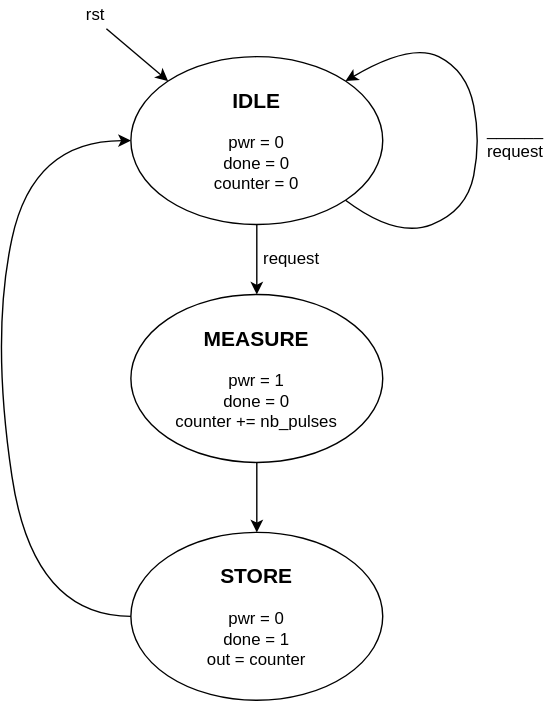
The draw.io diagram rtl/AIC_FSM.svg in analogicus/lelo_gr01_sky130a, before a commit. Source tidied: cells renumbered, new cells last; positions are measured from the earlier drawing's top-left corner, leaving out a move shared by most shapes. Its diagram source:
```xml
<mxGraphModel>
  <root>
    <mxCell id="0" />
    <mxCell id="1" parent="0" />
    <mxCell id="2" value="&lt;div&gt;&lt;b&gt;&lt;font style=&quot;font-size: 15px;&quot;&gt;IDLE&lt;/font&gt;&lt;/b&gt;&lt;/div&gt;&lt;div&gt;&lt;br&gt;&lt;/div&gt;&lt;div&gt;pwr = 0&lt;/div&gt;&lt;div&gt;done = 0&lt;/div&gt;&lt;div&gt;counter = 0&lt;/div&gt;" style="ellipse;whiteSpace=wrap;html=1;" parent="1" vertex="1">
      <mxGeometry x="100" y="40" width="180" height="120" as="geometry" />
    </mxCell>
    <mxCell id="3" value="&lt;div&gt;&lt;b&gt;&lt;font style=&quot;font-size: 15px;&quot;&gt;MEASURE&lt;/font&gt;&lt;/b&gt;&lt;/div&gt;&lt;div&gt;&lt;br&gt;&lt;/div&gt;&lt;div&gt;pwr = 1&lt;/div&gt;&lt;div&gt;done = 0&lt;/div&gt;&lt;div&gt;counter += nb_pulses&lt;/div&gt;" style="ellipse;whiteSpace=wrap;html=1;" parent="1" vertex="1">
      <mxGeometry x="100" y="210" width="180" height="120" as="geometry" />
    </mxCell>
    <mxCell id="4" value="&lt;div&gt;&lt;b&gt;&lt;font style=&quot;font-size: 15px;&quot;&gt;STORE&lt;/font&gt;&lt;/b&gt;&lt;/div&gt;&lt;div&gt;&lt;br&gt;&lt;/div&gt;&lt;div&gt;pwr = 0&lt;/div&gt;&lt;div&gt;done = 1&lt;/div&gt;&lt;div&gt;out = counter&lt;/div&gt;" style="ellipse;whiteSpace=wrap;html=1;" parent="1" vertex="1">
      <mxGeometry x="100" y="380" width="180" height="120" as="geometry" />
    </mxCell>
    <mxCell id="5" style="endArrow=classic;html=1;rounded=0;entryX=0;entryY=0;entryDx=0;entryDy=0;exitX=0.75;exitY=1;exitDx=0;exitDy=0;" parent="1" edge="1" source="6" target="2">
      <mxGeometry relative="1" as="geometry" />
    </mxCell>
    <mxCell id="6" value="rst" style="text;html=1;whiteSpace=wrap;strokeColor=none;fillColor=none;align=center;verticalAlign=middle;rounded=0;" parent="1" vertex="1">
      <mxGeometry x="60" width="30" height="20" as="geometry" />
    </mxCell>
    <mxCell id="7" style="endArrow=classic;html=1;rounded=0;exitX=0.5;exitY=1;exitDx=0;exitDy=0;entryX=0.5;entryY=0;entryDx=0;entryDy=0;" parent="1" edge="1" source="3" target="4">
      <mxGeometry relative="1" as="geometry" />
    </mxCell>
    <mxCell id="8" style="group;" parent="1" vertex="1">
      <mxGeometry x="190" y="170" width="50" height="30" as="geometry" />
    </mxCell>
    <mxCell id="9" style="endArrow=classic;html=1;rounded=0;entryX=0.5;entryY=0;entryDx=0;entryDy=0;exitX=0.5;exitY=1;exitDx=0;exitDy=0;" parent="8" edge="1" source="2" target="3">
      <mxGeometry relative="1" as="geometry">
        <Array as="points">
          <mxPoint y="10" />
        </Array>
      </mxGeometry>
    </mxCell>
    <mxCell id="10" value="request" style="text;html=1;whiteSpace=wrap;strokeColor=none;fillColor=none;align=center;verticalAlign=middle;rounded=0;" parent="8" vertex="1">
      <mxGeometry width="50" height="30" as="geometry" />
    </mxCell>
    <mxCell id="11" style="curved=1;endArrow=classic;html=1;rounded=0;entryX=0;entryY=0.5;entryDx=0;entryDy=0;exitX=0;exitY=0.5;exitDx=0;exitDy=0;" parent="1" edge="1" source="4" target="2">
      <mxGeometry relative="1" as="geometry">
        <Array as="points">
          <mxPoint x="30" y="440" />
          <mxPoint y="240" />
          <mxPoint x="30" y="100" />
        </Array>
      </mxGeometry>
    </mxCell>
    <mxCell id="12" style="curved=1;endArrow=classic;html=1;rounded=0;exitX=1;exitY=1;exitDx=0;exitDy=0;entryX=1;entryY=0;entryDx=0;entryDy=0;" parent="1" edge="1" source="2" target="2">
      <mxGeometry relative="1" as="geometry">
        <Array as="points">
          <mxPoint x="290" y="170" />
          <mxPoint x="340" y="150" />
          <mxPoint x="350" y="100" />
          <mxPoint x="340" y="50" />
          <mxPoint x="300" y="30" />
        </Array>
      </mxGeometry>
    </mxCell>
    <mxCell id="13" value="&lt;div&gt;______&lt;/div&gt;&lt;div&gt;request&lt;/div&gt;" style="text;html=1;whiteSpace=wrap;strokeColor=none;fillColor=none;align=center;verticalAlign=middle;rounded=0;" parent="1" vertex="1">
      <mxGeometry x="350" y="85" width="50" height="30" as="geometry" />
    </mxCell>
  </root>
</mxGraphModel>
```
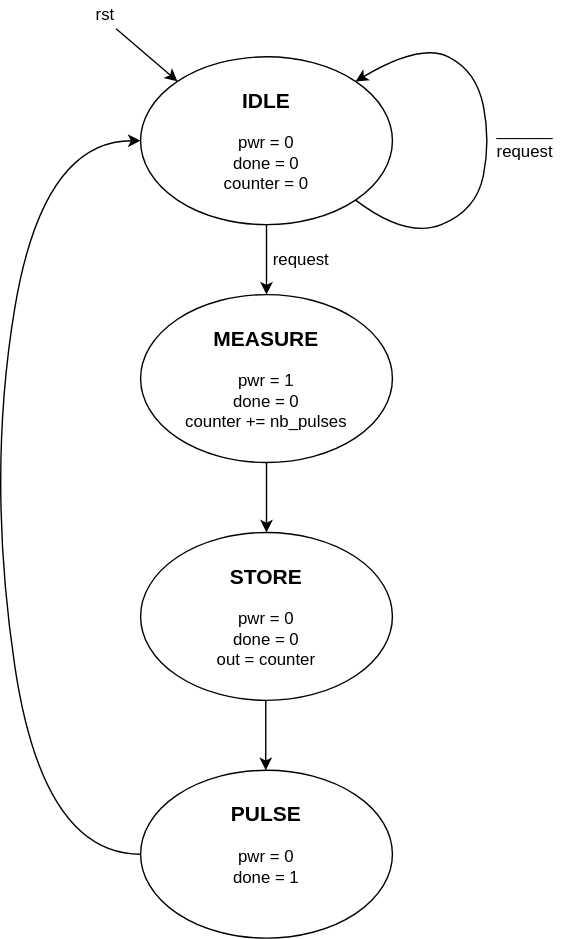
The same diagram one commit later.

Commit message:
added a new state to the fsm

The edit, as a diff of the source:
```diff
@@ -8,7 +8,7 @@
     <mxCell id="3" value="&lt;div&gt;&lt;b&gt;&lt;font style=&quot;font-size: 15px;&quot;&gt;MEASURE&lt;/font&gt;&lt;/b&gt;&lt;/div&gt;&lt;div&gt;&lt;br&gt;&lt;/div&gt;&lt;div&gt;pwr = 1&lt;/div&gt;&lt;div&gt;done = 0&lt;/div&gt;&lt;div&gt;counter += nb_pulses&lt;/div&gt;" style="ellipse;whiteSpace=wrap;html=1;" parent="1" vertex="1">
       <mxGeometry x="100" y="210" width="180" height="120" as="geometry" />
     </mxCell>
-    <mxCell id="4" value="&lt;div&gt;&lt;b&gt;&lt;font style=&quot;font-size: 15px;&quot;&gt;STORE&lt;/font&gt;&lt;/b&gt;&lt;/div&gt;&lt;div&gt;&lt;br&gt;&lt;/div&gt;&lt;div&gt;pwr = 0&lt;/div&gt;&lt;div&gt;done = 1&lt;/div&gt;&lt;div&gt;out = counter&lt;/div&gt;" style="ellipse;whiteSpace=wrap;html=1;" parent="1" vertex="1">
+    <mxCell id="4" value="&lt;div&gt;&lt;b&gt;&lt;font style=&quot;font-size: 15px;&quot;&gt;STORE&lt;/font&gt;&lt;/b&gt;&lt;/div&gt;&lt;div&gt;&lt;br&gt;&lt;/div&gt;&lt;div&gt;pwr = 0&lt;/div&gt;&lt;div&gt;done = 0&lt;/div&gt;&lt;div&gt;out = counter&lt;/div&gt;" style="ellipse;whiteSpace=wrap;html=1;" parent="1" vertex="1">
       <mxGeometry x="100" y="380" width="180" height="120" as="geometry" />
     </mxCell>
     <mxCell id="5" style="endArrow=classic;html=1;rounded=0;entryX=0;entryY=0;entryDx=0;entryDy=0;exitX=0.75;exitY=1;exitDx=0;exitDy=0;" parent="1" edge="1" source="6" target="2">
@@ -33,11 +33,11 @@
     <mxCell id="10" value="request" style="text;html=1;whiteSpace=wrap;strokeColor=none;fillColor=none;align=center;verticalAlign=middle;rounded=0;" parent="8" vertex="1">
       <mxGeometry width="50" height="30" as="geometry" />
     </mxCell>
-    <mxCell id="11" style="curved=1;endArrow=classic;html=1;rounded=0;entryX=0;entryY=0.5;entryDx=0;entryDy=0;exitX=0;exitY=0.5;exitDx=0;exitDy=0;" parent="1" edge="1" source="4" target="2">
+    <mxCell id="11" style="curved=1;endArrow=classic;html=1;rounded=0;entryX=0;entryY=0.5;entryDx=0;entryDy=0;exitX=0;exitY=0.5;exitDx=0;exitDy=0;" parent="1" edge="1" source="14" target="2">
       <mxGeometry relative="1" as="geometry">
         <Array as="points">
-          <mxPoint x="30" y="440" />
-          <mxPoint y="240" />
+          <mxPoint x="30" y="610" />
+          <mxPoint x="-10" y="340" />
           <mxPoint x="30" y="100" />
         </Array>
       </mxGeometry>
@@ -56,5 +56,14 @@
     <mxCell id="13" value="&lt;div&gt;______&lt;/div&gt;&lt;div&gt;request&lt;/div&gt;" style="text;html=1;whiteSpace=wrap;strokeColor=none;fillColor=none;align=center;verticalAlign=middle;rounded=0;" parent="1" vertex="1">
       <mxGeometry x="350" y="85" width="50" height="30" as="geometry" />
     </mxCell>
+    <mxCell id="14" value="&lt;div&gt;&lt;b&gt;&lt;font style=&quot;font-size: 15px;&quot;&gt;PULSE&lt;/font&gt;&lt;/b&gt;&lt;/div&gt;&lt;div&gt;&lt;br&gt;&lt;/div&gt;&lt;div&gt;pwr = 0&lt;/div&gt;&lt;div&gt;done = 1&lt;/div&gt;&lt;div&gt;&lt;br&gt;&lt;/div&gt;" style="ellipse;whiteSpace=wrap;html=1;" parent="1" vertex="1">
+      <mxGeometry x="100" y="550" width="180" height="120" as="geometry" />
+    </mxCell>
+    <mxCell id="15" style="endArrow=classic;html=1;rounded=0;exitX=0.5;exitY=1;exitDx=0;exitDy=0;entryX=0.5;entryY=0;entryDx=0;entryDy=0;" parent="1" edge="1">
+      <mxGeometry relative="1" as="geometry">
+        <mxPoint x="189.5" y="500" as="sourcePoint" />
+        <mxPoint x="189.5" y="550" as="targetPoint" />
+      </mxGeometry>
+    </mxCell>
   </root>
 </mxGraphModel>
```
